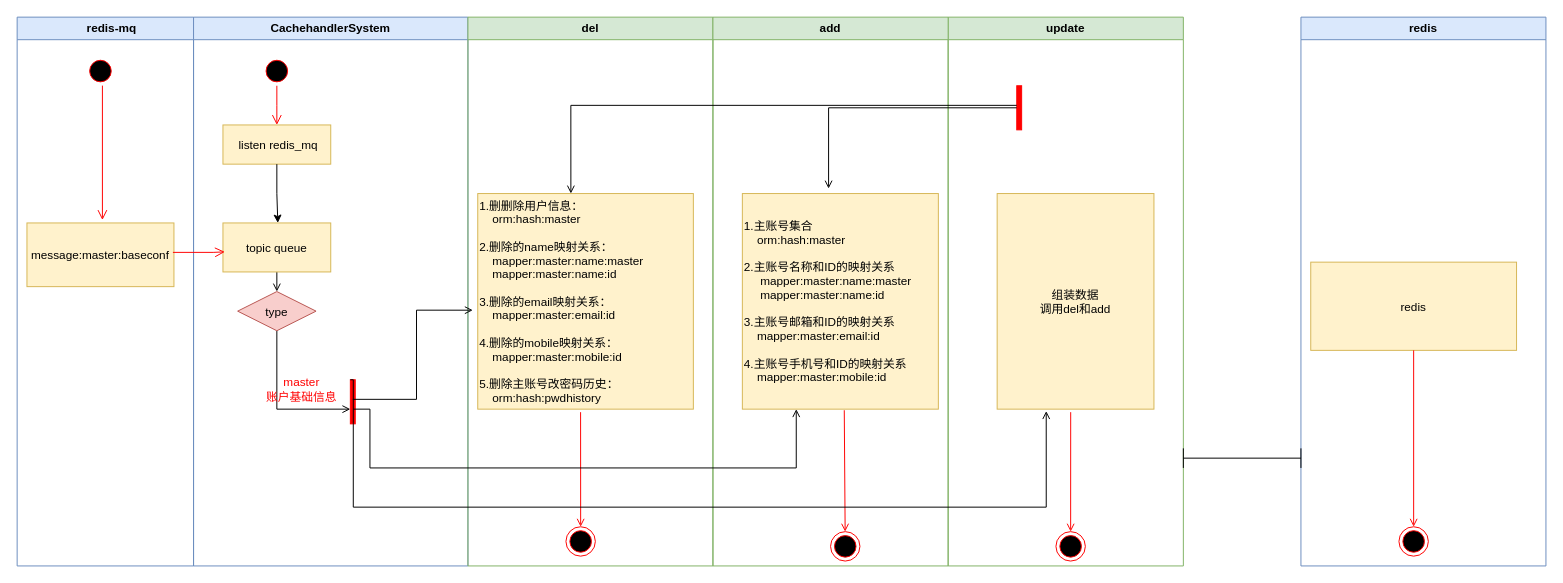
This is page "主帐号基础信息和otp信息-账户基础信息" (6 of 18) of cachehandlersystem_消息订阅.drawio from DeanYang121/typora_images, a draw.io file, before an edit. Source tidied: cells renumbered, new cells numbered last; positions are measured from the earlier drawing's top-left corner, leaving out a move shared by most shapes. Both pictures are drawn from the tidied source at 98%, with x=0, y=0 at pixel (17, 17).
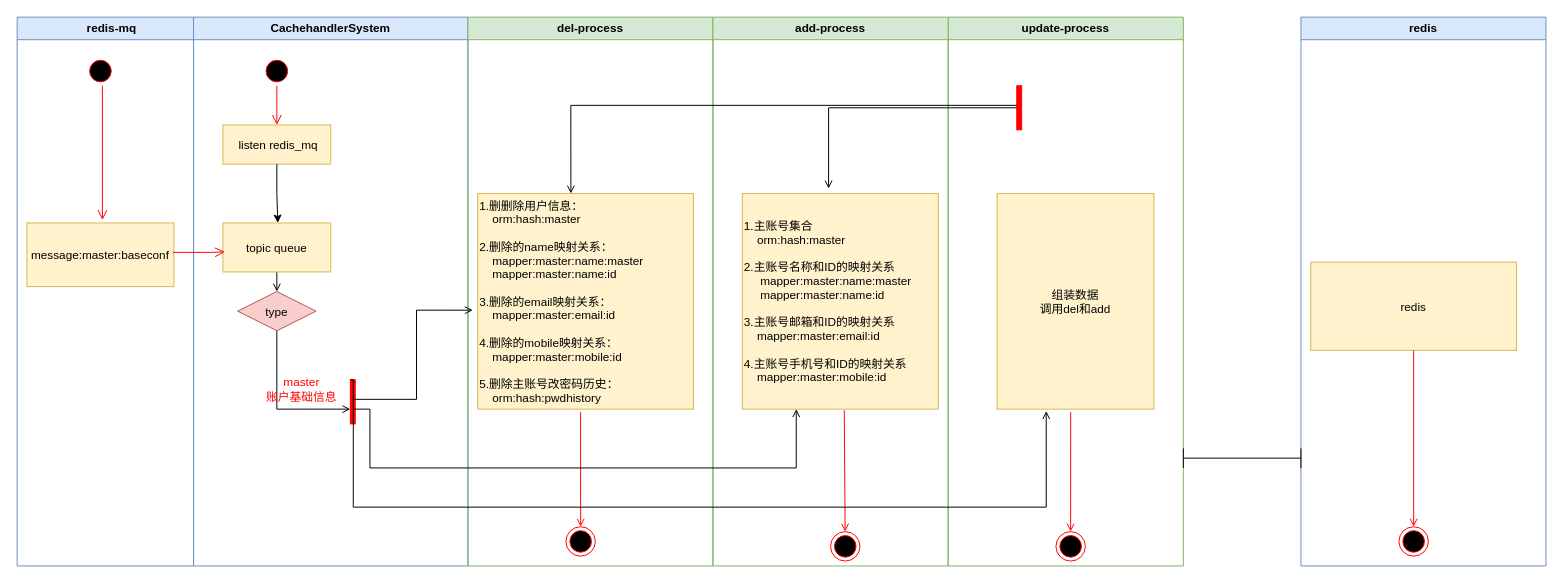
The same diagram, later.

Change to the diagram source:
```diff
@@
-    <mxCell id="17" value="del" style="swimlane;whiteSpace=wrap;fillColor=#d5e8d4;strokeColor=#82b366;" parent="1" vertex="1">
+    <mxCell id="17" value="del-process" style="swimlane;whiteSpace=wrap;fillColor=#d5e8d4;strokeColor=#82b366;" parent="1" vertex="1">
       <mxGeometry x="460" width="250" height="560" as="geometry" />
     </mxCell>
@@
-    <mxCell id="21" value="update" style="swimlane;whiteSpace=wrap;fillColor=#d5e8d4;strokeColor=#82b366;" parent="1" vertex="1">
+    <mxCell id="21" value="update-process" style="swimlane;whiteSpace=wrap;fillColor=#d5e8d4;strokeColor=#82b366;" parent="1" vertex="1">
       <mxGeometry x="950" width="240" height="560" as="geometry" />
     </mxCell>
@@
-    <mxCell id="27" value="add" style="swimlane;whiteSpace=wrap;fillColor=#d5e8d4;strokeColor=#82b366;" parent="1" vertex="1">
+    <mxCell id="27" value="add-process" style="swimlane;whiteSpace=wrap;fillColor=#d5e8d4;strokeColor=#82b366;" parent="1" vertex="1">
       <mxGeometry x="710" width="240" height="560" as="geometry" />
     </mxCell>
```
